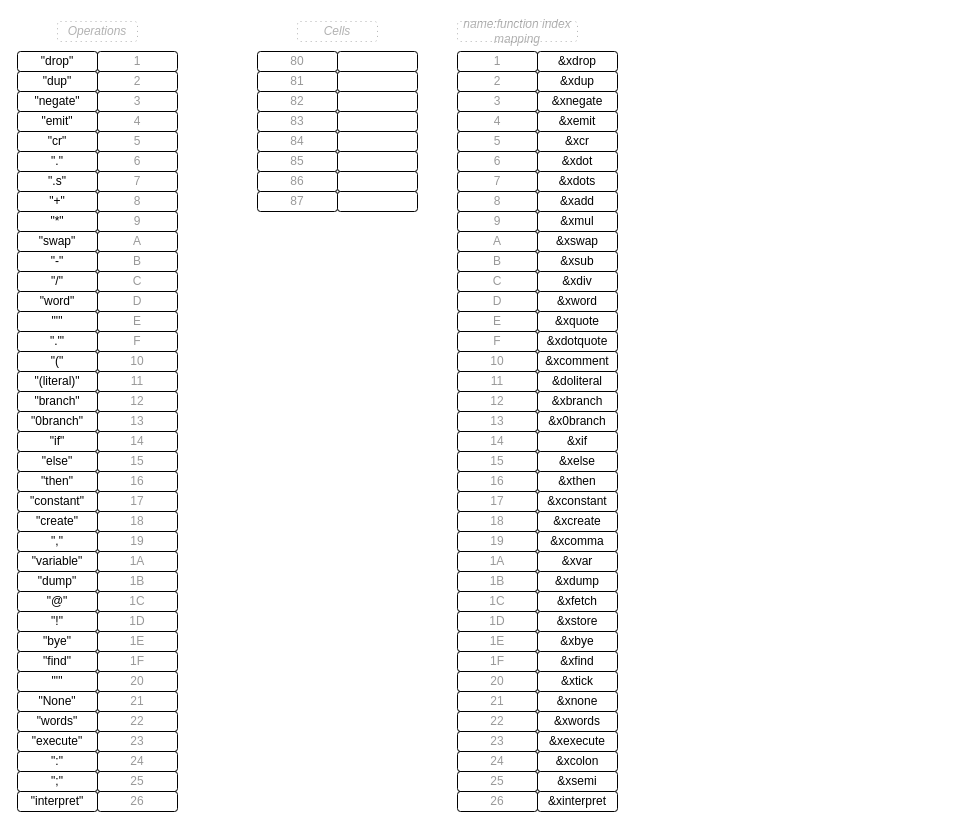
This is page "Page-1" (1 of 5) of frishcomp/frish-architecture.drawio from guitarvydas/forthish, a draw.io file, before an edit. Source tidied: cells renumbered, new cells numbered last; positions are measured from the earlier drawing's top-left corner, leaving out a move shared by most shapes. Both pictures are drawn from the tidied source at 100%, with x=0, y=0 at pixel (17, 21).
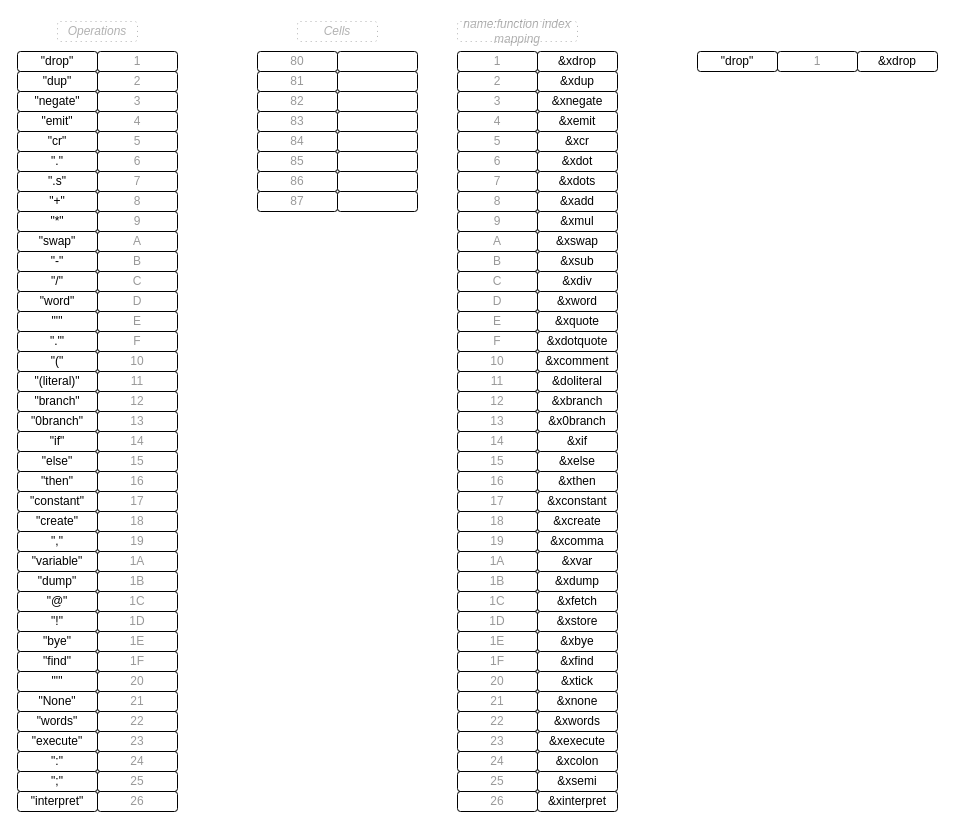
After the change.

Change to the diagram source:
```diff
@@
+    <mxCell id="173" value="&quot;drop&quot;" style="rounded=1;whiteSpace=wrap;html=1;" parent="1" vertex="1">
+      <mxGeometry x="680" y="30" width="80" height="20" as="geometry" />
+    </mxCell>
+    <mxCell id="174" value="1" style="rounded=1;whiteSpace=wrap;html=1;fillColor=none;textOpacity=40;" parent="1" vertex="1">
+      <mxGeometry x="760" y="30" width="80" height="20" as="geometry" />
+    </mxCell>
+    <mxCell id="175" value="&amp;amp;xdrop" style="rounded=1;whiteSpace=wrap;html=1;" parent="1" vertex="1">
+      <mxGeometry x="840" y="30" width="80" height="20" as="geometry" />
+    </mxCell>
```
